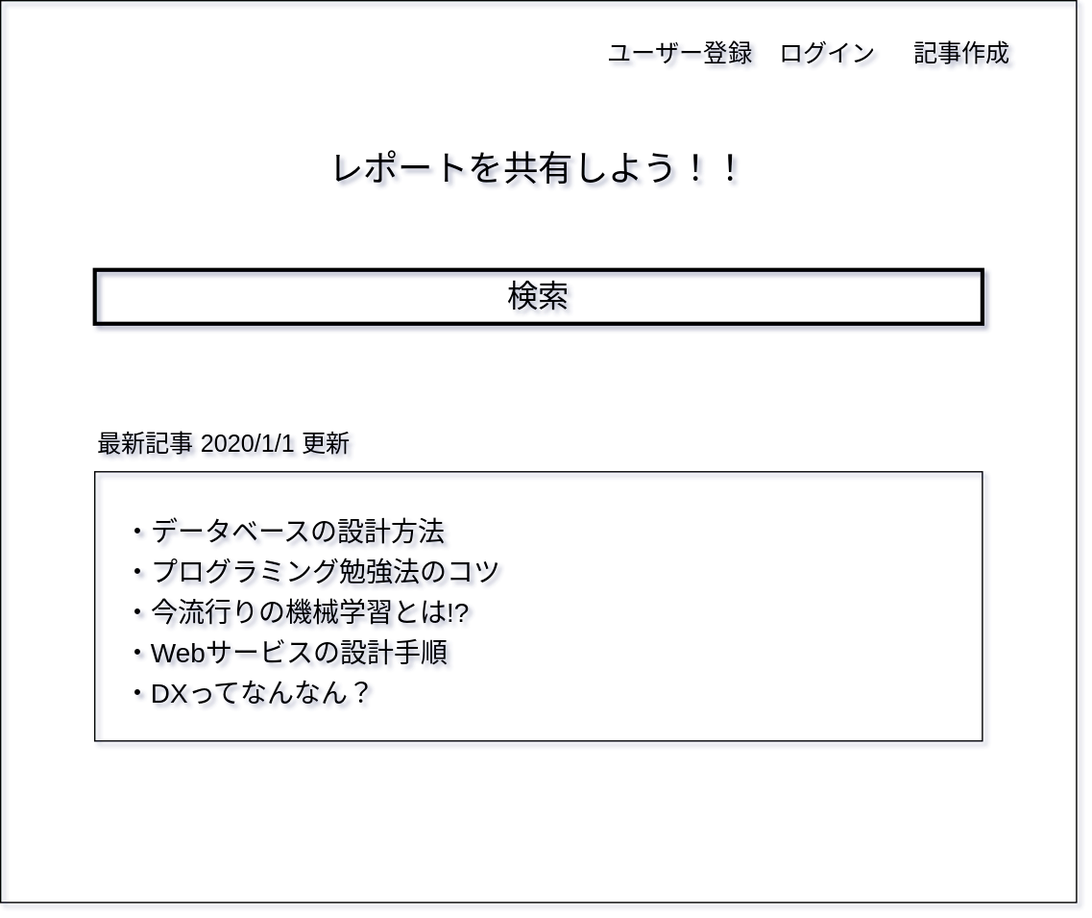
Earlier version of the draw.io export design/image/top_page.drawio.svg (kuboshu/exmanager). Source tidied: cells renumbered, new cells last; positions are measured from the earlier drawing's top-left corner, leaving out a move shared by most shapes.
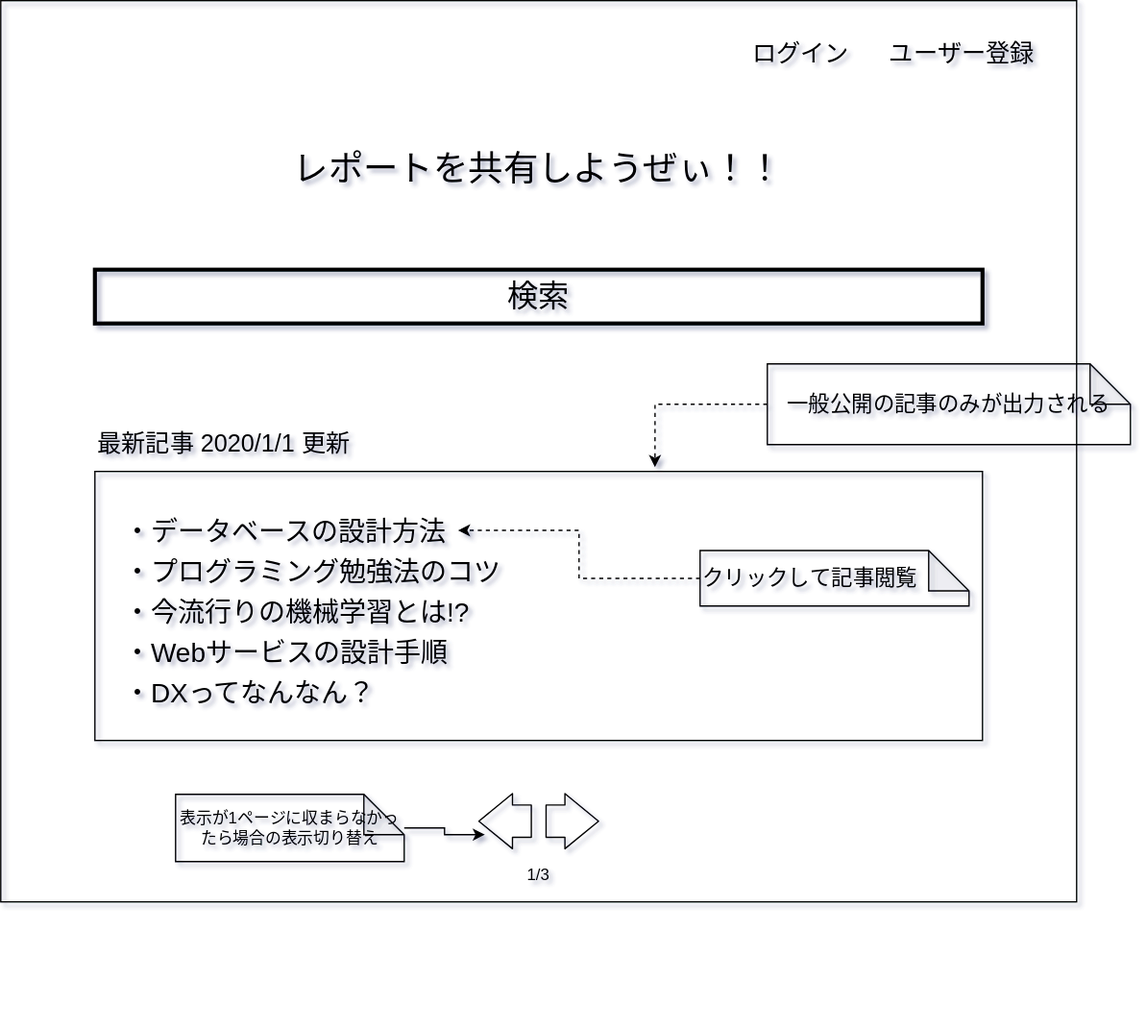
Above is the later version.

The edit, as a diff of the source:
```diff
@@ -9,19 +9,19 @@
       <mxGeometry x="70" y="200" width="660" height="40" as="geometry" />
     </mxCell>
     <mxCell id="4" value="ログイン" style="text;html=1;strokeColor=none;fillColor=none;align=center;verticalAlign=middle;whiteSpace=wrap;rounded=0;fontSize=18;fontColor=#000000;" parent="1" vertex="1">
-      <mxGeometry x="570" y="30" width="90" height="20" as="geometry" />
+      <mxGeometry x="550" y="30" width="90" height="20" as="geometry" />
     </mxCell>
     <mxCell id="5" value="ユーザー登録" style="text;html=1;strokeColor=none;fillColor=none;align=center;verticalAlign=middle;whiteSpace=wrap;rounded=0;fontSize=18;fontColor=#000000;" parent="1" vertex="1">
-      <mxGeometry x="420" y="30" width="170" height="20" as="geometry" />
+      <mxGeometry x="630" y="30" width="170" height="20" as="geometry" />
     </mxCell>
     <mxCell id="6" style="rounded=0;whiteSpace=wrap;html=1;fillColor=none;fontColor=#000000;strokeColor=#000000;" parent="1" vertex="1">
       <mxGeometry x="70" y="350" width="660" height="200" as="geometry" />
     </mxCell>
     <mxCell id="7" value="・データベースの設計方法" style="text;html=1;strokeColor=none;fillColor=none;align=left;verticalAlign=middle;whiteSpace=wrap;rounded=0;fontSize=20;fontColor=#000000;" parent="1" vertex="1">
-      <mxGeometry x="90" y="378.8" width="280" height="30" as="geometry" />
+      <mxGeometry x="90" y="378.8" width="250" height="30" as="geometry" />
     </mxCell>
     <mxCell id="8" value="・プログラミング勉強法のコツ" style="text;html=1;strokeColor=none;fillColor=none;align=left;verticalAlign=middle;whiteSpace=wrap;rounded=0;fontSize=20;fontColor=#000000;" parent="1" vertex="1">
-      <mxGeometry x="90" y="408.8" width="310" height="30" as="geometry" />
+      <mxGeometry x="90" y="408.8" width="290" height="30" as="geometry" />
     </mxCell>
     <mxCell id="9" value="・今流行りの機械学習とは!?" style="text;html=1;strokeColor=none;fillColor=none;align=left;verticalAlign=middle;whiteSpace=wrap;rounded=0;fontSize=20;fontColor=#000000;" parent="1" vertex="1">
       <mxGeometry x="90" y="438.8" width="280" height="30" as="geometry" />
@@ -41,11 +41,55 @@
         <mxPoint x="370" y="548.8" as="targetPoint" />
       </mxGeometry>
     </mxCell>
-    <mxCell id="14" value="レポートを共有しよう！！" style="text;html=1;strokeColor=none;fillColor=none;align=center;verticalAlign=middle;whiteSpace=wrap;rounded=0;fontColor=#000000;fontSize=26;" parent="1" vertex="1">
+    <mxCell id="14" value="レポートを共有しようぜぃ！！" style="text;html=1;strokeColor=none;fillColor=none;align=center;verticalAlign=middle;whiteSpace=wrap;rounded=0;fontColor=#000000;fontSize=26;" parent="1" vertex="1">
       <mxGeometry x="150" y="100" width="500" height="50" as="geometry" />
     </mxCell>
-    <mxCell id="15" value="記事作成" style="text;html=1;strokeColor=none;fillColor=none;align=center;verticalAlign=middle;whiteSpace=wrap;rounded=0;fontSize=18;fontColor=#000000;" parent="1" vertex="1">
-      <mxGeometry x="670" y="30" width="90" height="20" as="geometry" />
-    </mxCell>
+    <mxCell id="16" style="edgeStyle=orthogonalEdgeStyle;rounded=0;jettySize=auto;html=1;entryX=0.631;entryY=-0.016;entryDx=0;entryDy=0;entryPerimeter=0;fontSize=16;fontColor=#000000;exitX=0;exitY=0.5;exitDx=0;exitDy=0;exitPerimeter=0;strokeColor=#000000;dashed=1;" parent="1" edge="1" source="17" target="6">
+      <mxGeometry relative="1" as="geometry" />
+    </mxCell>
+    <mxCell id="17" value="一般公開の記事のみが出力される" style="shape=note;whiteSpace=wrap;html=1;backgroundOutline=1;darkOpacity=0.05;strokeColor=#000000;fillColor=none;fontColor=#000000;fontSize=16;" parent="1" vertex="1">
+      <mxGeometry x="570" y="270" width="270" height="60" as="geometry" />
+    </mxCell>
+    <mxCell id="18" style="edgeStyle=orthogonalEdgeStyle;rounded=0;jettySize=auto;html=1;fontColor=#000000;strokeColor=#000000;dashed=1;" parent="1" edge="1" source="19" target="7">
+      <mxGeometry relative="1" as="geometry" />
+    </mxCell>
+    <mxCell id="19" value="クリックして記事閲覧" style="shape=note;whiteSpace=wrap;html=1;backgroundOutline=1;darkOpacity=0.05;strokeColor=#000000;fillColor=none;fontColor=#000000;fontSize=16;align=left;" parent="1" vertex="1">
+      <mxGeometry x="520" y="408.8" width="200" height="41.2" as="geometry" />
+    </mxCell>
+    <mxCell id="20" style="edgeStyle=orthogonalEdgeStyle;rounded=0;orthogonalLoop=1;jettySize=auto;html=1;exitX=0.5;exitY=1;exitDx=0;exitDy=0;fontColor=#000000;" parent="1" edge="1">
+      <mxGeometry relative="1" as="geometry">
+        <mxPoint x="395" y="744.5" as="sourcePoint" />
+        <mxPoint x="395" y="744.5" as="targetPoint" />
+      </mxGeometry>
+    </mxCell>
+    <mxCell id="21" style="edgeStyle=orthogonalEdgeStyle;rounded=0;orthogonalLoop=1;jettySize=auto;html=1;exitX=0.5;exitY=1;exitDx=0;exitDy=0;fontColor=#000000;" parent="1" edge="1">
+      <mxGeometry relative="1" as="geometry">
+        <mxPoint x="385" y="609" as="sourcePoint" />
+        <mxPoint x="385" y="609" as="targetPoint" />
+      </mxGeometry>
+    </mxCell>
+    <mxCell id="22" style="shape=flexArrow;endArrow=classic;html=1;strokeColor=#000000;width=24;endSize=8;endWidth=16;" parent="1" edge="1">
+      <mxGeometry relative="1" as="geometry">
+        <mxPoint x="395" y="610" as="sourcePoint" />
+        <mxPoint x="355" y="610" as="targetPoint" />
+      </mxGeometry>
+    </mxCell>
+    <mxCell id="23" style="shape=flexArrow;endArrow=classic;html=1;strokeColor=#000000;width=24;endSize=8;endWidth=16;" parent="1" edge="1">
+      <mxGeometry relative="1" as="geometry">
+        <mxPoint x="405" y="610" as="sourcePoint" />
+        <mxPoint x="445" y="610" as="targetPoint" />
+      </mxGeometry>
+    </mxCell>
+    <mxCell id="24" style="edgeStyle=orthogonalEdgeStyle;rounded=0;jettySize=auto;html=1;fontColor=#000000;strokeColor=#000000;" parent="1" edge="1" source="25">
+      <mxGeometry relative="1" as="geometry">
+        <mxPoint x="360" y="620" as="targetPoint" />
+      </mxGeometry>
+    </mxCell>
+    <mxCell id="25" value="表示が1ページに収まらなかったら場合の表示切り替え" style="shape=note;whiteSpace=wrap;html=1;backgroundOutline=1;darkOpacity=0.05;labelBackgroundColor=none;fontColor=#000000;strokeColor=#000000;fillColor=none;" parent="1" vertex="1">
+      <mxGeometry x="130" y="590" width="170" height="50" as="geometry" />
+    </mxCell>
+    <mxCell id="26" value="1/3" style="text;html=1;strokeColor=none;fillColor=none;align=center;verticalAlign=middle;whiteSpace=wrap;rounded=0;fontColor=#000000;" parent="1" vertex="1">
+      <mxGeometry x="380" y="640" width="40" height="20" as="geometry" />
+    </mxCell>
   </root>
 </mxGraphModel>
```
